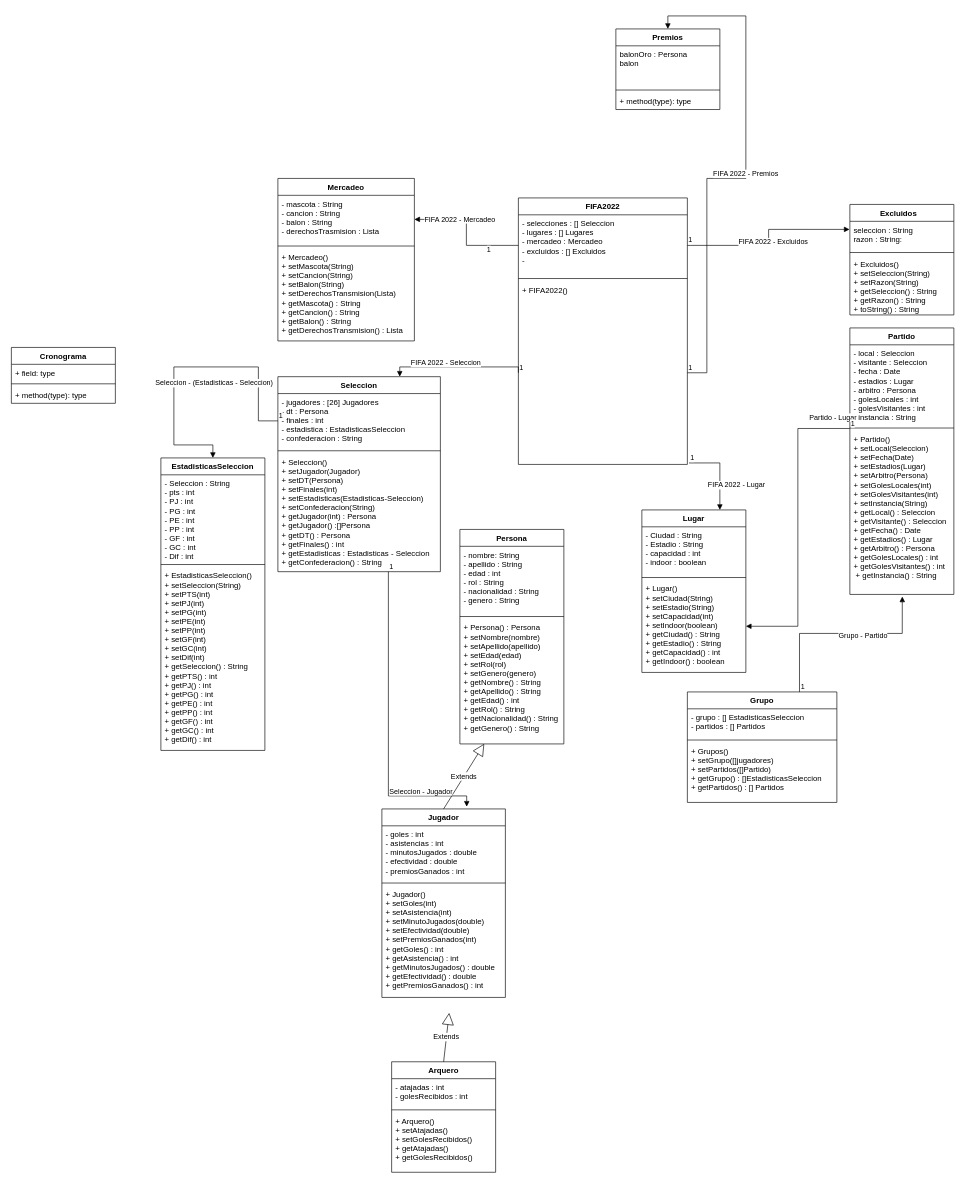
The draw.io diagram TP1.drawio in sebastian-butcovich/Fifa-Qatar2, before the edit. Source tidied: cells renumbered, new cells numbered last; positions are measured from the earlier drawing's top-left corner, leaving out a move shared by most shapes. Both pictures are drawn from the tidied source at 65%, with x=0, y=0 at pixel (11, 16).
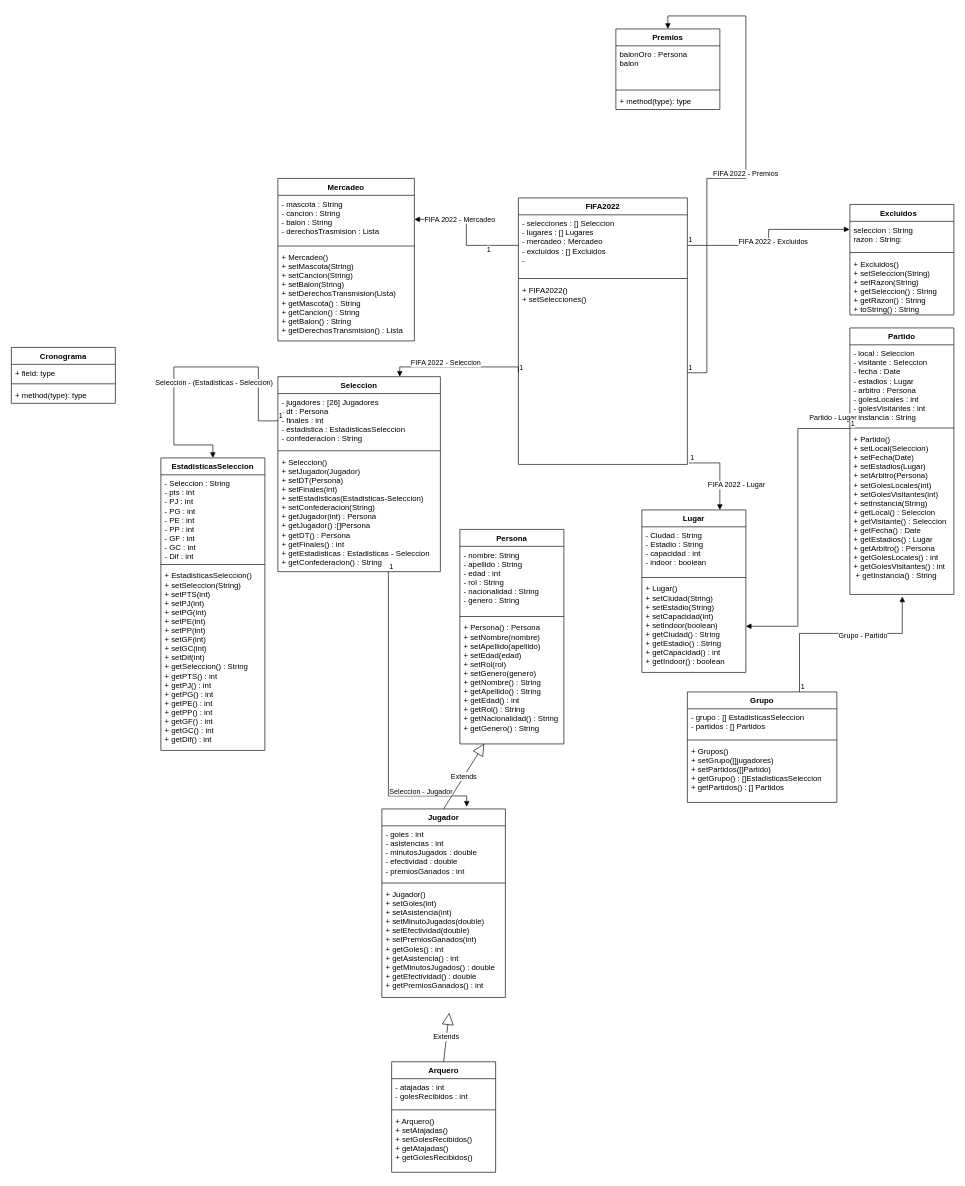
The same page after the edit.

Unchanged cells that the change refers to:
```xml
<mxCell id="60" value="FIFA2022" style="swimlane;fontStyle=1;align=center;verticalAlign=top;horizontal=1;startSize=26;" parent="1" vertex="1">
  <mxGeometry x="780" y="280" width="260" height="410" as="geometry" />
</mxCell>
```

What changed in the source:
```diff
@@
-    <mxCell id="63" value="+ FIFA2022()" style="text;strokeColor=none;fillColor=none;align=left;verticalAlign=top;spacingLeft=4;spacingRight=4;overflow=hidden;points=[[0,0.5],[1,0.5]];portConstraint=eastwest;" parent="60" vertex="1">
+    <mxCell id="63" value="+ FIFA2022()&#10;+ setSelecciones()" style="text;strokeColor=none;fillColor=none;align=left;verticalAlign=top;spacingLeft=4;spacingRight=4;overflow=hidden;points=[[0,0.5],[1,0.5]];portConstraint=eastwest;" parent="60" vertex="1">
       <mxGeometry y="128" width="260" height="282" as="geometry" />
     </mxCell>
```
